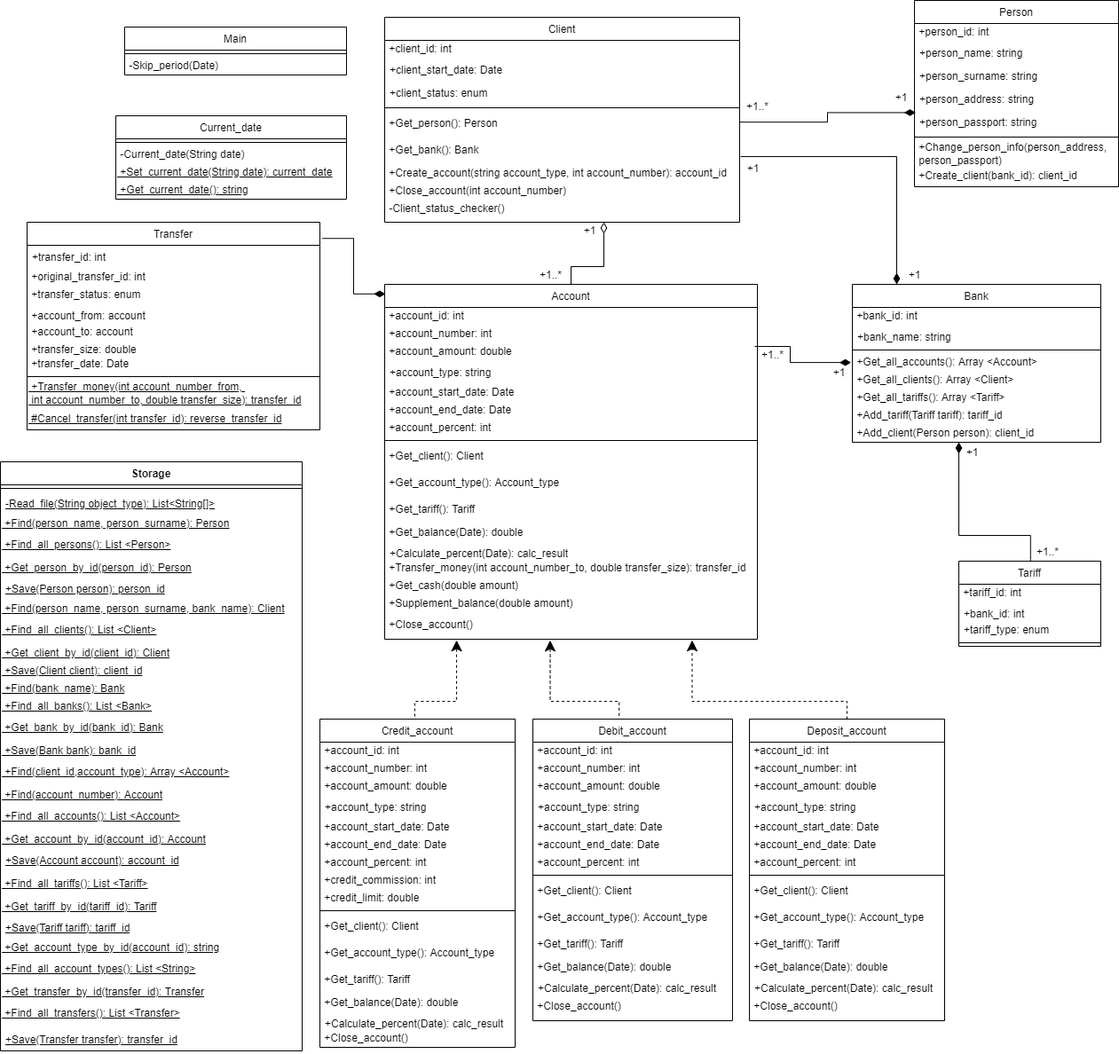
Above: Banking diagram.png in Tanitum/Banking-system (draw.io), before the change. Source tidied: cells renumbered, new cells last; positions are measured from the earlier drawing's top-left corner, leaving out a move shared by most shapes.
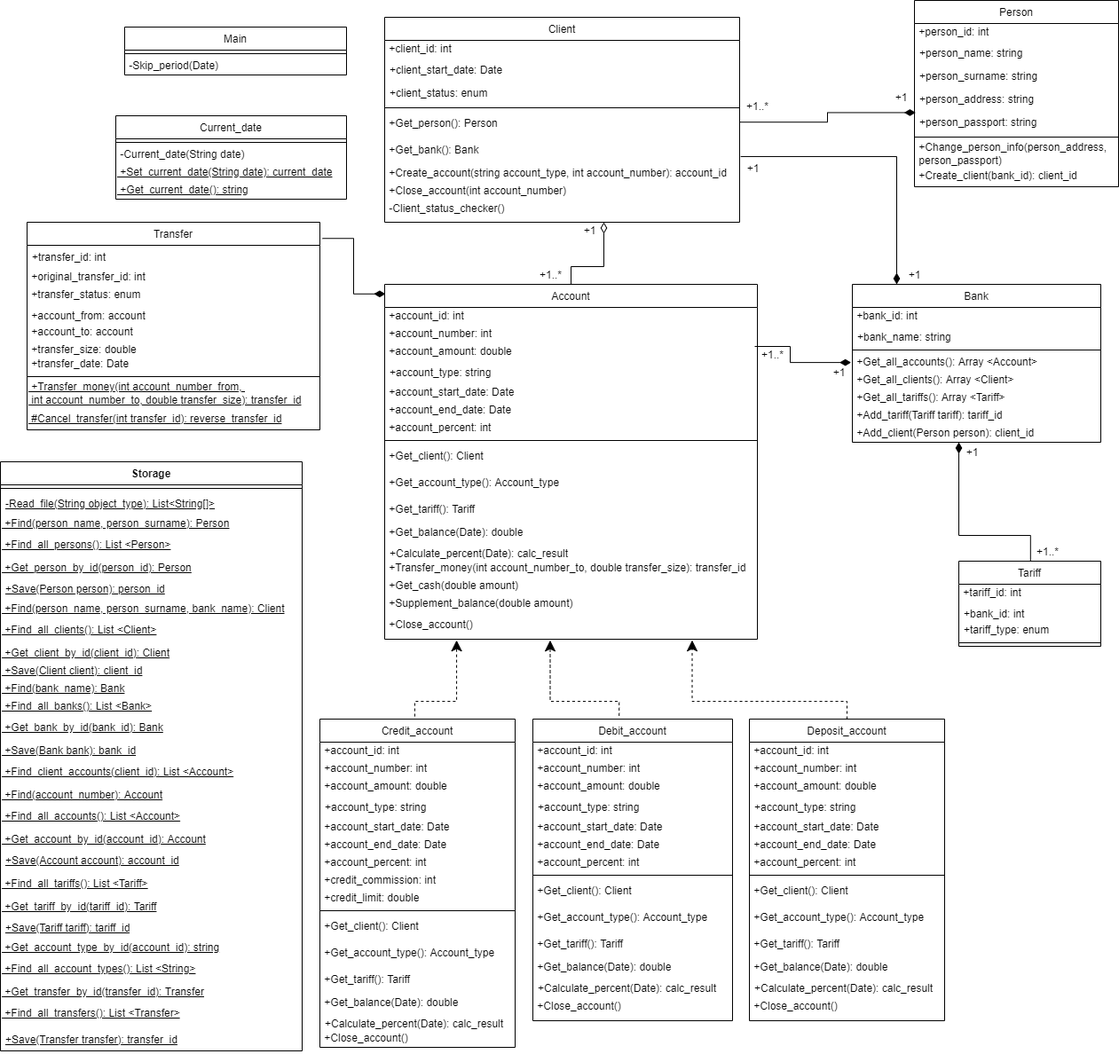
After the commit.

Diff of the diagram source:
```diff
@@ -490,7 +490,7 @@
     <mxCell id="146" value="&lt;span&gt;&amp;nbsp;+Save(Bank bank): bank_id&lt;/span&gt;" style="text;html=1;align=left;verticalAlign=middle;strokeColor=none;fillColor=none;fontStyle=4;" parent="132" vertex="1">
       <mxGeometry y="316" width="340" height="20" as="geometry" />
     </mxCell>
-    <mxCell id="147" value="&lt;span style=&quot;color: rgb(0 , 0 , 0) ; font-family: &amp;quot;helvetica&amp;quot; ; font-size: 12px ; font-style: normal ; font-weight: 400 ; letter-spacing: normal ; text-align: left ; text-indent: 0px ; text-transform: none ; word-spacing: 0px ; display: inline ; float: none&quot;&gt;&amp;nbsp;+Find(client_id,&lt;span style=&quot;font-family: &amp;quot;helvetica&amp;quot;&quot;&gt;account_type&lt;/span&gt;): Array &amp;lt;Account&amp;gt;&lt;/span&gt;" style="text;whiteSpace=wrap;html=1;fontStyle=4;" parent="132" vertex="1">
+    <mxCell id="147" value="&lt;span style=&quot;color: rgb(0 , 0 , 0) ; font-family: &amp;#34;helvetica&amp;#34; ; font-size: 12px ; font-style: normal ; font-weight: 400 ; letter-spacing: normal ; text-align: left ; text-indent: 0px ; text-transform: none ; word-spacing: 0px ; display: inline ; float: none&quot;&gt;&amp;nbsp;+Find_client_accounts(client_id): List &amp;lt;Account&amp;gt;&lt;/span&gt;" style="text;whiteSpace=wrap;html=1;fontStyle=4;" parent="132" vertex="1">
       <mxGeometry y="336" width="340" height="30" as="geometry" />
     </mxCell>
     <mxCell id="148" value="&amp;nbsp;+Find(account_number): Account" style="text;html=1;align=left;verticalAlign=middle;strokeColor=none;fillColor=none;fontStyle=4;" parent="132" vertex="1">
```
